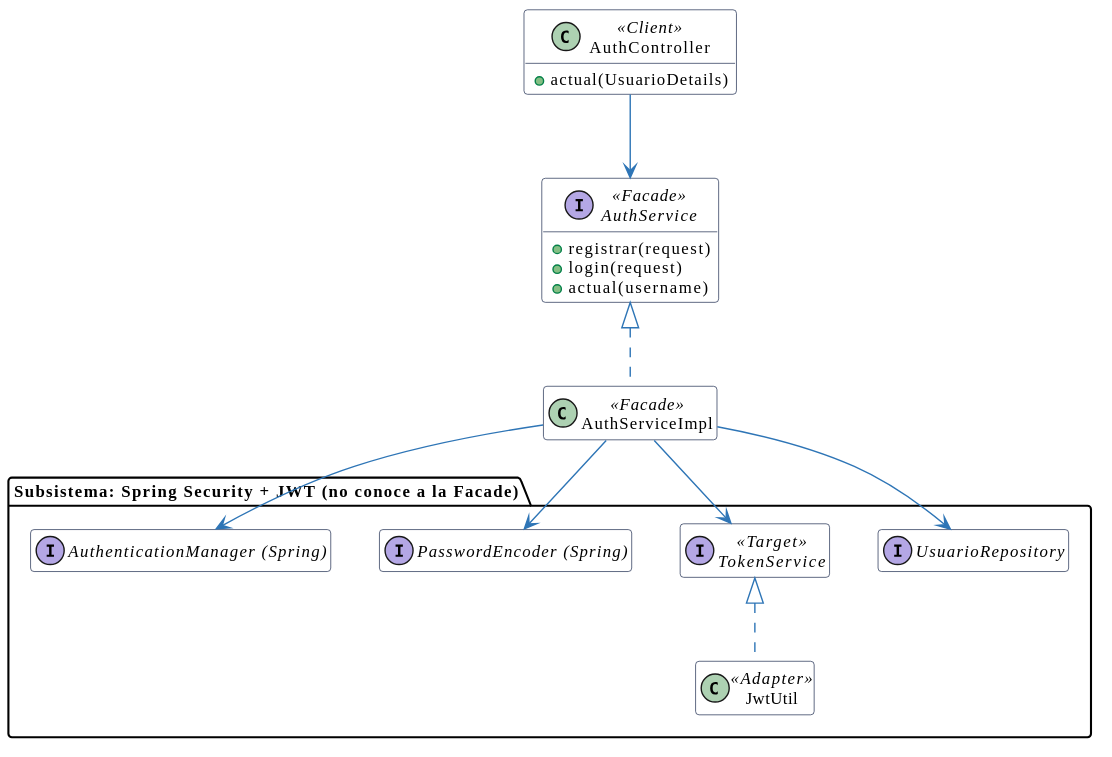
This is docs/reporte/puml/facade-despues.svg from andreiveisuade/TPO-ProcesoDesarrolloSoftware-V4, a PlantUML export, as it was before one commit. Its source is kept beside it as docs/reporte/puml/facade-despues.puml. The source it was exported from:
```plantuml
@startuml
skinparam shadowing false
skinparam defaultFontName Calibri
skinparam defaultFontSize 12
skinparam ClassBackgroundColor #FFFFFF
skinparam ClassBorderColor #1D2B4F
skinparam ClassHeaderBackgroundColor #FFFFFF
skinparam ArrowColor #2E75B6
skinparam NoteBackgroundColor #FFF8E1
skinparam NoteBorderColor #B38600
hide empty members
class AuthController <<Client>> {
  +actual(UsuarioDetails)
}
interface AuthService <<Facade>> {
  +registrar(request)
  +login(request)
  +actual(username)
}
class AuthServiceImpl <<Facade>>
package "Subsistema: Spring Security + JWT (no conoce a la Facade)" {
  interface "AuthenticationManager (Spring)" as AM
  interface "PasswordEncoder (Spring)" as PE
  interface TokenService <<Target>>
  class JwtUtil <<Adapter>>
  interface UsuarioRepository
}
AuthController --> AuthService
AuthService <|.. AuthServiceImpl
AuthServiceImpl --> AM
AuthServiceImpl --> PE
AuthServiceImpl --> TokenService
AuthServiceImpl --> UsuarioRepository
TokenService <|.. JwtUtil
@enduml
```
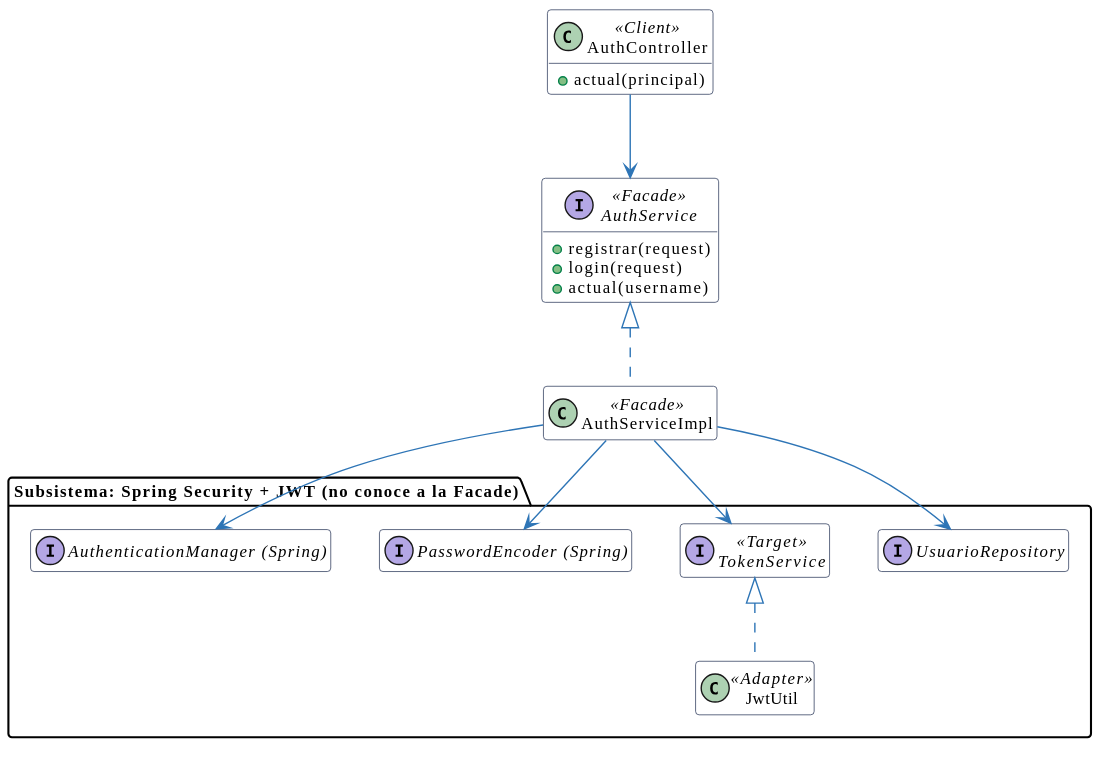
After the commit.

Change to the diagram source:
```diff
@@ -10,7 +10,7 @@
 skinparam NoteBorderColor #B38600
 hide empty members
 class AuthController <<Client>> {
-  +actual(UsuarioDetails)
+  +actual(principal)
 }
 interface AuthService <<Facade>> {
   +registrar(request)
```
